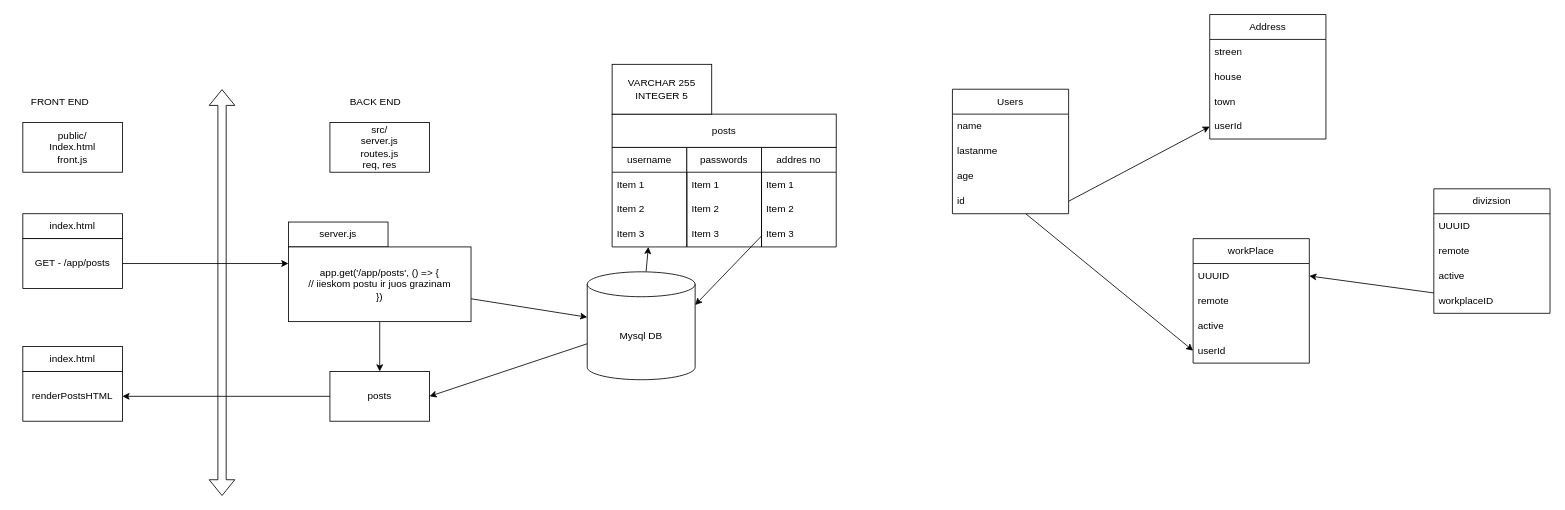
MariusCodeAcademy/type19_06-node_mysql_env keeps this draw.io diagram as db.drawio. Above is the earlier version. Source tidied: cells renumbered, new cells numbered last; positions are measured from the earlier drawing's top-left corner, leaving out a move shared by most shapes. Both pictures are drawn from the tidied source at 83%, with x=0, y=0 at pixel (14, 14).
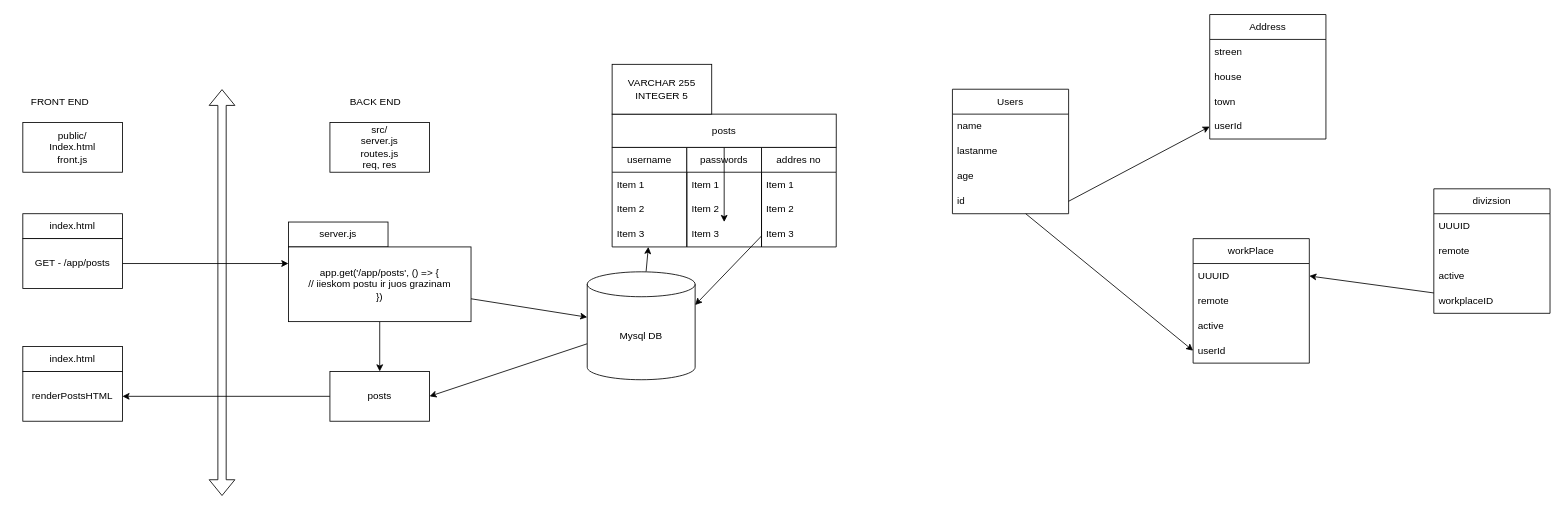
The same diagram, later.

Commit message (it also covers changes not shown here):
get all

The change refers to these unchanged cells:
```xml
<mxCell id="28" value="Item 3" style="text;strokeColor=none;fillColor=none;align=left;verticalAlign=middle;spacingLeft=4;spacingRight=4;overflow=hidden;points=[[0,0.5],[1,0.5]];portConstraint=eastwest;whiteSpace=wrap;html=1;" parent="25" vertex="1">
  <mxGeometry y="90" width="90" height="30" as="geometry" />
</mxCell>
<mxCell id="34" value="posts" style="rounded=0;whiteSpace=wrap;html=1;" parent="1" vertex="1">
  <mxGeometry x="720" y="120" width="270" height="40" as="geometry" />
</mxCell>
```

Diff of the diagram source:
```diff
@@
+    <mxCell id="59" style="edgeStyle=none;html=1;" parent="1" edge="1" source="34" target="28">
+      <mxGeometry relative="1" as="geometry" />
+    </mxCell>
```
